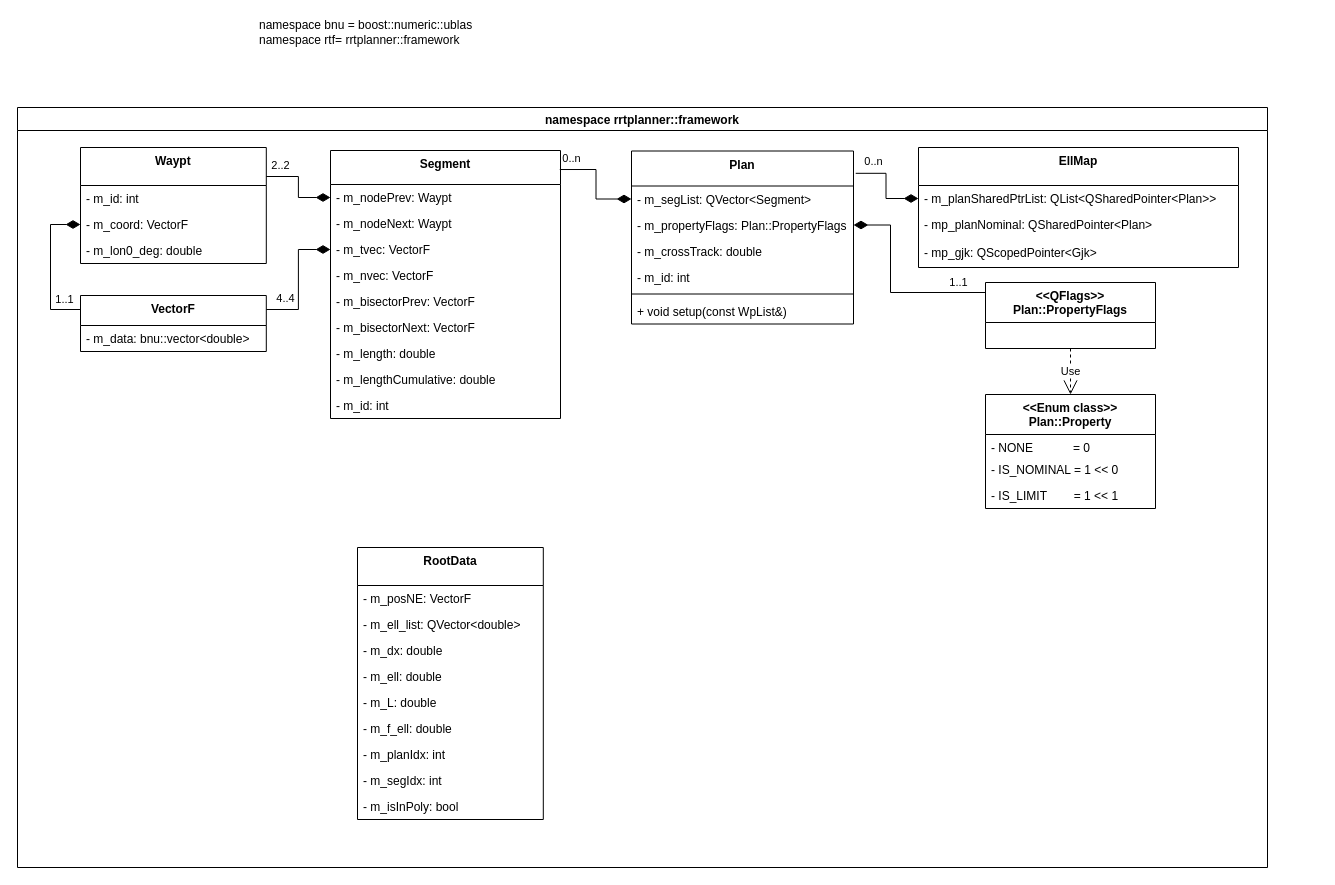
Before: page "Framework: Data Structs" (1 of 8) of doc/RrtPlannerLib.drawio in yewcw75/TestRepo, a draw.io diagram. Source tidied: cells renumbered, new cells numbered last; positions are measured from the earlier drawing's top-left corner, leaving out a move shared by most shapes. Both pictures are drawn from the tidied source at 100%, with x=0, y=0 at pixel (17, 17).
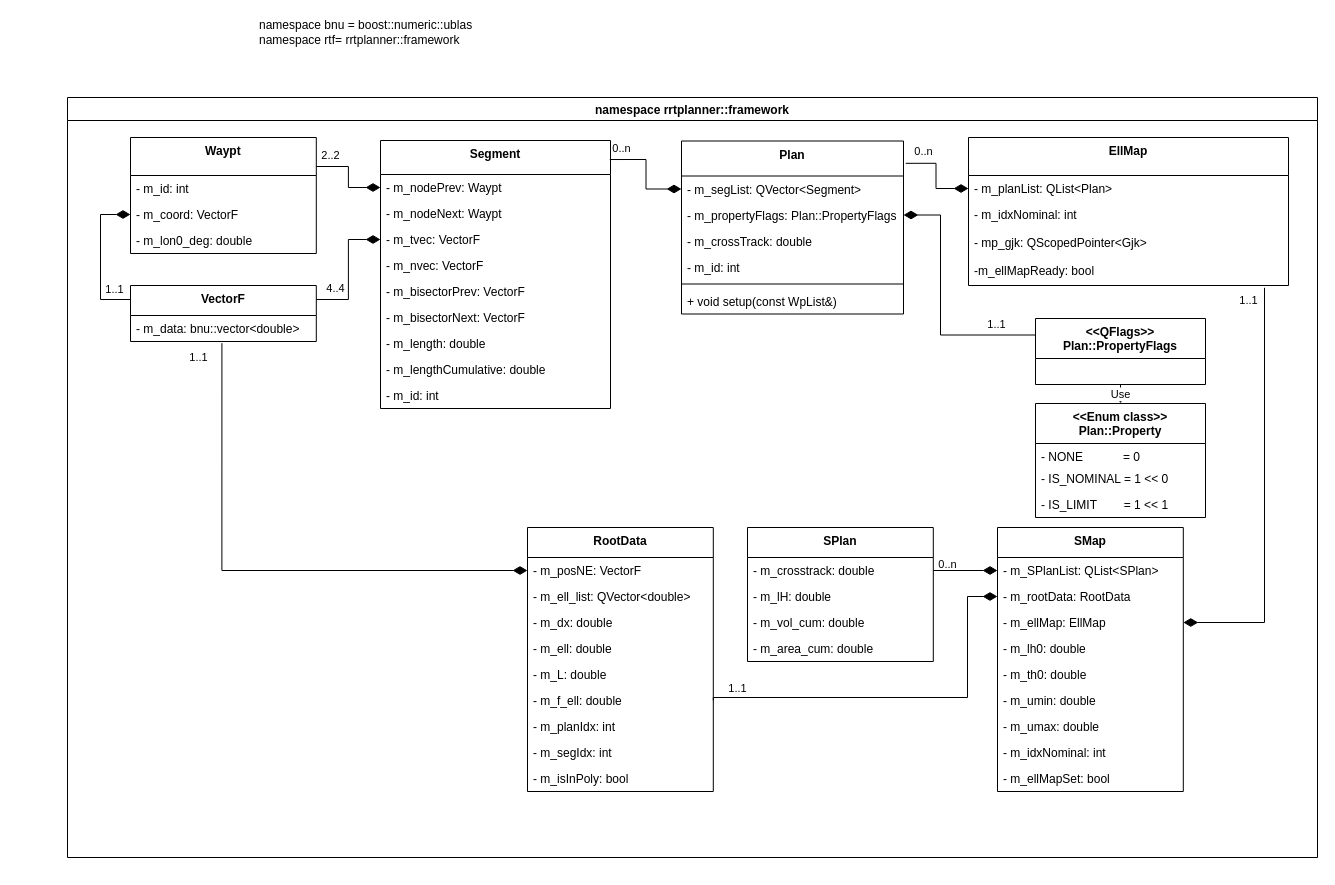
The same diagram, later.

Commit message (it also covers changes not shown here):
Refactor for SMap portions. Tested. Update documents.

The change refers to these unchanged cells:
```xml
<mxCell id="16" value="- m_propertyFlags: Plan::PropertyFlags" style="text;strokeColor=none;fillColor=none;align=left;verticalAlign=top;spacingLeft=4;spacingRight=4;overflow=hidden;points=[[0,0.5],[1,0.5]];portConstraint=eastwest;" parent="14" vertex="1">
  <mxGeometry y="61" width="222" height="26" as="geometry" />
</mxCell>
<mxCell id="32" value="- m_data: bnu::vector&lt;double&gt;" style="text;strokeColor=none;fillColor=none;align=left;verticalAlign=top;spacingLeft=4;spacingRight=4;overflow=hidden;points=[[0,0.5],[1,0.5]];portConstraint=eastwest;" parent="31" vertex="1">
  <mxGeometry y="30" width="185.8" height="26" as="geometry" />
</mxCell>
```

What changed in the source:
```diff
@@
     <mxCell id="3" value="namespace rrtplanner::framework" style="swimlane;" parent="1" vertex="1">
-      <mxGeometry y="90" width="1250" height="760" as="geometry" />
+      <mxGeometry x="50" y="80" width="1250" height="760" as="geometry" />
     </mxCell>
@@
     <mxCell id="21" value="EllMap" style="swimlane;fontStyle=1;align=center;verticalAlign=top;horizontal=1;startSize=38;" parent="3" vertex="1">
-      <mxGeometry x="901" y="40" width="320" height="120" as="geometry" />
+      <mxGeometry x="901" y="40" width="320" height="148" as="geometry" />
     </mxCell>
-    <mxCell id="22" value="- m_planSharedPtrList: QList&lt;QSharedPointer&lt;Plan&gt;&gt;" style="text;strokeColor=none;fillColor=none;align=left;verticalAlign=top;spacingLeft=4;spacingRight=4;overflow=hidden;points=[[0,0.5],[1,0.5]];portConstraint=eastwest;" parent="21" vertex="1">
+    <mxCell id="22" value="- m_planList: QList&lt;Plan&gt;" style="text;strokeColor=none;fillColor=none;align=left;verticalAlign=top;spacingLeft=4;spacingRight=4;overflow=hidden;points=[[0,0.5],[1,0.5]];portConstraint=eastwest;" parent="21" vertex="1">
       <mxGeometry y="38" width="320" height="26" as="geometry" />
     </mxCell>
-    <mxCell id="23" value="- mp_planNominal: QSharedPointer&lt;Plan&gt;  " style="text;strokeColor=none;fillColor=none;align=left;verticalAlign=top;spacingLeft=4;spacingRight=4;overflow=hidden;" parent="21" vertex="1">
+    <mxCell id="23" value="- m_idxNominal: int  " style="text;strokeColor=none;fillColor=none;align=left;verticalAlign=top;spacingLeft=4;spacingRight=4;overflow=hidden;" parent="21" vertex="1">
       <mxGeometry y="64" width="320" height="28" as="geometry" />
     </mxCell>
+    <mxCell id="59" value="- mp_gjk: QScopedPointer&lt;Gjk&gt;  " style="text;strokeColor=none;fillColor=none;align=left;verticalAlign=top;spacingLeft=4;spacingRight=4;overflow=hidden;" parent="21" vertex="1">
+      <mxGeometry y="92" width="320" height="28" as="geometry" />
+    </mxCell>
-    <mxCell id="24" value="- mp_gjk: QScopedPointer&lt;Gjk&gt;  " style="text;strokeColor=none;fillColor=none;align=left;verticalAlign=top;spacingLeft=4;spacingRight=4;overflow=hidden;points=[[0,0.5],[1,0.5]];portConstraint=eastwest;" parent="21" vertex="1">
-      <mxGeometry y="92" width="320" height="28" as="geometry" />
+    <mxCell id="24" value="-m_ellMapReady: bool  " style="text;strokeColor=none;fillColor=none;align=left;verticalAlign=top;spacingLeft=4;spacingRight=4;overflow=hidden;points=[[0,0.5],[1,0.5]];portConstraint=eastwest;" parent="21" vertex="1">
+      <mxGeometry y="120" width="320" height="28" as="geometry" />
     </mxCell>
@@
     <mxCell id="33" value="&lt;&lt;Enum class&gt;&gt;&#10;Plan::Property" style="swimlane;fontStyle=1;align=center;verticalAlign=top;horizontal=1;startSize=40;" parent="3" vertex="1">
-      <mxGeometry x="968" y="287" width="170" height="114" as="geometry" />
+      <mxGeometry x="968" y="306" width="170" height="114" as="geometry" />
     </mxCell>
@@
     <mxCell id="37" value="&lt;&lt;QFlags&gt;&gt;&#10;Plan::PropertyFlags" style="swimlane;fontStyle=1;align=center;verticalAlign=top;horizontal=1;startSize=40;" parent="3" vertex="1">
-      <mxGeometry x="968" y="175" width="170" height="66" as="geometry" />
+      <mxGeometry x="968" y="221" width="170" height="66" as="geometry" />
     </mxCell>
@@
     <mxCell id="39" style="endArrow=diamondThin;endFill=1;endSize=12;html=1;rounded=0;exitX=0;exitY=0.25;exitDx=0;exitDy=0;edgeStyle=orthogonalEdgeStyle;entryX=1;entryY=0.5;entryDx=0;entryDy=0;" parent="3" edge="1" source="37" target="16">
       <mxGeometry relative="1" as="geometry">
         <Array as="points">
-          <mxPoint x="873" y="185" />
+          <mxPoint x="873" y="238" />
           <mxPoint x="873" y="118" />
         </Array>
       </mxGeometry>
     </mxCell>
@@
-    <mxCell id="49" value="RootData" style="swimlane;fontStyle=1;align=center;verticalAlign=top;horizontal=1;startSize=38;" parent="3" vertex="1">
-      <mxGeometry x="340" y="440" width="185.8" height="272" as="geometry" />
+    <mxCell id="49" value="RootData" style="swimlane;fontStyle=1;align=center;verticalAlign=top;horizontal=1;startSize=30;" parent="3" vertex="1">
+      <mxGeometry x="460" y="430" width="185.8" height="264" as="geometry" />
     </mxCell>
     <mxCell id="50" value="- m_posNE: VectorF" style="text;strokeColor=none;fillColor=none;align=left;verticalAlign=top;spacingLeft=4;spacingRight=4;overflow=hidden;points=[[0,0.5],[1,0.5]];portConstraint=eastwest;" parent="49" vertex="1">
-      <mxGeometry y="38" width="185.8" height="26" as="geometry" />
+      <mxGeometry y="30" width="185.8" height="26" as="geometry" />
     </mxCell>
     <mxCell id="51" value="- m_ell_list: QVector&lt;double&gt;" style="text;strokeColor=none;fillColor=none;align=left;verticalAlign=top;spacingLeft=4;spacingRight=4;overflow=hidden;" parent="49" vertex="1">
-      <mxGeometry y="64" width="185.8" height="26" as="geometry" />
+      <mxGeometry y="56" width="185.8" height="26" as="geometry" />
     </mxCell>
     <mxCell id="52" value="- m_dx: double" style="text;strokeColor=none;fillColor=none;align=left;verticalAlign=top;spacingLeft=4;spacingRight=4;overflow=hidden;" parent="49" vertex="1">
-      <mxGeometry y="90" width="185.8" height="26" as="geometry" />
+      <mxGeometry y="82" width="185.8" height="26" as="geometry" />
     </mxCell>
     <mxCell id="53" value="- m_ell: double" style="text;strokeColor=none;fillColor=none;align=left;verticalAlign=top;spacingLeft=4;spacingRight=4;overflow=hidden;" parent="49" vertex="1">
-      <mxGeometry y="116" width="185.8" height="26" as="geometry" />
+      <mxGeometry y="108" width="185.8" height="26" as="geometry" />
     </mxCell>
     <mxCell id="54" value="- m_L: double" style="text;strokeColor=none;fillColor=none;align=left;verticalAlign=top;spacingLeft=4;spacingRight=4;overflow=hidden;" parent="49" vertex="1">
-      <mxGeometry y="142" width="185.8" height="26" as="geometry" />
+      <mxGeometry y="134" width="185.8" height="26" as="geometry" />
     </mxCell>
     <mxCell id="55" value="- m_f_ell: double" style="text;strokeColor=none;fillColor=none;align=left;verticalAlign=top;spacingLeft=4;spacingRight=4;overflow=hidden;points=[[0,0.5],[1,0.5]];portConstraint=eastwest;" parent="49" vertex="1">
-      <mxGeometry y="168" width="185.8" height="26" as="geometry" />
+      <mxGeometry y="160" width="185.8" height="26" as="geometry" />
     </mxCell>
     <mxCell id="56" value="- m_planIdx: int" style="text;strokeColor=none;fillColor=none;align=left;verticalAlign=top;spacingLeft=4;spacingRight=4;overflow=hidden;" parent="49" vertex="1">
-      <mxGeometry y="194" width="185.8" height="26" as="geometry" />
+      <mxGeometry y="186" width="185.8" height="26" as="geometry" />
     </mxCell>
     <mxCell id="57" value="- m_segIdx: int" style="text;strokeColor=none;fillColor=none;align=left;verticalAlign=top;spacingLeft=4;spacingRight=4;overflow=hidden;" parent="49" vertex="1">
-      <mxGeometry y="220" width="185.8" height="26" as="geometry" />
+      <mxGeometry y="212" width="185.8" height="26" as="geometry" />
     </mxCell>
     <mxCell id="58" value="- m_isInPoly: bool" style="text;strokeColor=none;fillColor=none;align=left;verticalAlign=top;spacingLeft=4;spacingRight=4;overflow=hidden;" parent="49" vertex="1">
-      <mxGeometry y="246" width="185.8" height="26" as="geometry" />
+      <mxGeometry y="238" width="185.8" height="26" as="geometry" />
     </mxCell>
+    <mxCell id="60" value="SPlan" style="swimlane;fontStyle=1;align=center;verticalAlign=top;horizontal=1;startSize=30;" parent="3" vertex="1">
+      <mxGeometry x="680" y="430" width="185.8" height="134" as="geometry" />
+    </mxCell>
+    <mxCell id="61" value="- m_crosstrack: double" style="text;strokeColor=none;fillColor=none;align=left;verticalAlign=top;spacingLeft=4;spacingRight=4;overflow=hidden;points=[[0,0.5],[1,0.5]];portConstraint=eastwest;" parent="60" vertex="1">
+      <mxGeometry y="30" width="185.8" height="26" as="geometry" />
+    </mxCell>
+    <mxCell id="62" value="- m_lH: double" style="text;strokeColor=none;fillColor=none;align=left;verticalAlign=top;spacingLeft=4;spacingRight=4;overflow=hidden;" parent="60" vertex="1">
+      <mxGeometry y="56" width="185.8" height="26" as="geometry" />
+    </mxCell>
+    <mxCell id="63" value="- m_vol_cum: double" style="text;strokeColor=none;fillColor=none;align=left;verticalAlign=top;spacingLeft=4;spacingRight=4;overflow=hidden;" parent="60" vertex="1">
+      <mxGeometry y="82" width="185.8" height="26" as="geometry" />
+    </mxCell>
+    <mxCell id="64" value="- m_area_cum: double" style="text;strokeColor=none;fillColor=none;align=left;verticalAlign=top;spacingLeft=4;spacingRight=4;overflow=hidden;" parent="60" vertex="1">
+      <mxGeometry y="108" width="185.8" height="26" as="geometry" />
+    </mxCell>
+    <mxCell id="65" value="SMap" style="swimlane;fontStyle=1;align=center;verticalAlign=top;horizontal=1;startSize=30;" parent="3" vertex="1">
+      <mxGeometry x="930" y="430" width="185.8" height="264" as="geometry" />
+    </mxCell>
+    <mxCell id="66" value="- m_SPlanList: QList&lt;SPlan&gt;" style="text;strokeColor=none;fillColor=none;align=left;verticalAlign=top;spacingLeft=4;spacingRight=4;overflow=hidden;points=[[0,0.5],[1,0.5]];portConstraint=eastwest;" parent="65" vertex="1">
+      <mxGeometry y="30" width="185.8" height="26" as="geometry" />
+    </mxCell>
+    <mxCell id="67" value="- m_rootData: RootData" style="text;strokeColor=none;fillColor=none;align=left;verticalAlign=top;spacingLeft=4;spacingRight=4;overflow=hidden;points=[[0,0.5],[1,0.5]];portConstraint=eastwest;" parent="65" vertex="1">
+      <mxGeometry y="56" width="185.8" height="26" as="geometry" />
+    </mxCell>
+    <mxCell id="68" value="- m_ellMap: EllMap" style="text;strokeColor=none;fillColor=none;align=left;verticalAlign=top;spacingLeft=4;spacingRight=4;overflow=hidden;points=[[0,0.5],[1,0.5]];portConstraint=eastwest;" parent="65" vertex="1">
+      <mxGeometry y="82" width="185.8" height="26" as="geometry" />
+    </mxCell>
+    <mxCell id="69" value="- m_lh0: double" style="text;strokeColor=none;fillColor=none;align=left;verticalAlign=top;spacingLeft=4;spacingRight=4;overflow=hidden;" parent="65" vertex="1">
+      <mxGeometry y="108" width="185.8" height="26" as="geometry" />
+    </mxCell>
+    <mxCell id="70" value="- m_th0: double" style="text;strokeColor=none;fillColor=none;align=left;verticalAlign=top;spacingLeft=4;spacingRight=4;overflow=hidden;" parent="65" vertex="1">
+      <mxGeometry y="134" width="185.8" height="26" as="geometry" />
+    </mxCell>
+    <mxCell id="71" value="- m_umin: double" style="text;strokeColor=none;fillColor=none;align=left;verticalAlign=top;spacingLeft=4;spacingRight=4;overflow=hidden;" parent="65" vertex="1">
+      <mxGeometry y="160" width="185.8" height="26" as="geometry" />
+    </mxCell>
+    <mxCell id="72" value="- m_umax: double" style="text;strokeColor=none;fillColor=none;align=left;verticalAlign=top;spacingLeft=4;spacingRight=4;overflow=hidden;" parent="65" vertex="1">
+      <mxGeometry y="186" width="185.8" height="26" as="geometry" />
+    </mxCell>
+    <mxCell id="73" value="- m_idxNominal: int" style="text;strokeColor=none;fillColor=none;align=left;verticalAlign=top;spacingLeft=4;spacingRight=4;overflow=hidden;" parent="65" vertex="1">
+      <mxGeometry y="212" width="185.8" height="26" as="geometry" />
+    </mxCell>
+    <mxCell id="74" value="- m_ellMapSet: bool" style="text;strokeColor=none;fillColor=none;align=left;verticalAlign=top;spacingLeft=4;spacingRight=4;overflow=hidden;" parent="65" vertex="1">
+      <mxGeometry y="238" width="185.8" height="26" as="geometry" />
+    </mxCell>
+    <mxCell id="75" style="endArrow=diamondThin;endFill=1;endSize=12;html=1;rounded=0;exitX=1;exitY=0.5;exitDx=0;exitDy=0;edgeStyle=orthogonalEdgeStyle;entryX=0;entryY=0.5;entryDx=0;entryDy=0;" parent="3" edge="1" source="61" target="66">
+      <mxGeometry relative="1" as="geometry" />
+    </mxCell>
+    <mxCell id="76" value="0..n" style="edgeLabel;html=1;align=center;verticalAlign=middle;labelBackgroundColor=none;" parent="75" vertex="1">
+      <mxGeometry x="-0.74" y="-2" relative="1" as="geometry">
+        <mxPoint x="6" y="-9" as="offset" />
+      </mxGeometry>
+    </mxCell>
+    <mxCell id="77" style="endArrow=diamondThin;endFill=1;endSize=12;html=1;rounded=0;exitX=1;exitY=0.5;exitDx=0;exitDy=0;edgeStyle=orthogonalEdgeStyle;entryX=0;entryY=0.5;entryDx=0;entryDy=0;" parent="3" edge="1" source="55" target="67">
+      <mxGeometry relative="1" as="geometry">
+        <Array as="points">
+          <mxPoint x="646" y="600" />
+          <mxPoint x="900" y="600" />
+          <mxPoint x="900" y="499" />
+        </Array>
+      </mxGeometry>
+    </mxCell>
+    <mxCell id="78" value="1..1" style="edgeLabel;html=1;align=center;verticalAlign=middle;labelBackgroundColor=none;" parent="77" vertex="1">
+      <mxGeometry x="-0.74" y="-2" relative="1" as="geometry">
+        <mxPoint x="-23" y="-12" as="offset" />
+      </mxGeometry>
+    </mxCell>
+    <mxCell id="79" style="endArrow=diamondThin;endFill=1;endSize=12;html=1;rounded=0;exitX=0.925;exitY=1.082;exitDx=0;exitDy=0;edgeStyle=orthogonalEdgeStyle;entryX=1;entryY=0.5;entryDx=0;entryDy=0;exitPerimeter=0;" parent="3" edge="1" source="24" target="68">
+      <mxGeometry relative="1" as="geometry">
+        <Array as="points">
+          <mxPoint x="1197" y="525" />
+        </Array>
+      </mxGeometry>
+    </mxCell>
+    <mxCell id="80" value="1..1" style="edgeLabel;html=1;align=center;verticalAlign=middle;labelBackgroundColor=none;" parent="79" vertex="1">
+      <mxGeometry x="-0.74" y="-2" relative="1" as="geometry">
+        <mxPoint x="-15" y="-42" as="offset" />
+      </mxGeometry>
+    </mxCell>
+    <mxCell id="81" style="endArrow=diamondThin;endFill=1;endSize=12;html=1;rounded=0;edgeStyle=orthogonalEdgeStyle;entryX=0;entryY=0.5;entryDx=0;entryDy=0;exitX=0.492;exitY=1.064;exitDx=0;exitDy=0;exitPerimeter=0;" parent="3" edge="1" source="32" target="50">
+      <mxGeometry relative="1" as="geometry">
+        <Array as="points">
+          <mxPoint x="154" y="473" />
+        </Array>
+      </mxGeometry>
+    </mxCell>
+    <mxCell id="82" value="1..1" style="edgeLabel;html=1;align=center;verticalAlign=middle;" parent="81" vertex="1">
+      <mxGeometry x="-0.74" y="-2" relative="1" as="geometry">
+        <mxPoint x="-22" y="-55" as="offset" />
+      </mxGeometry>
+    </mxCell>
```
